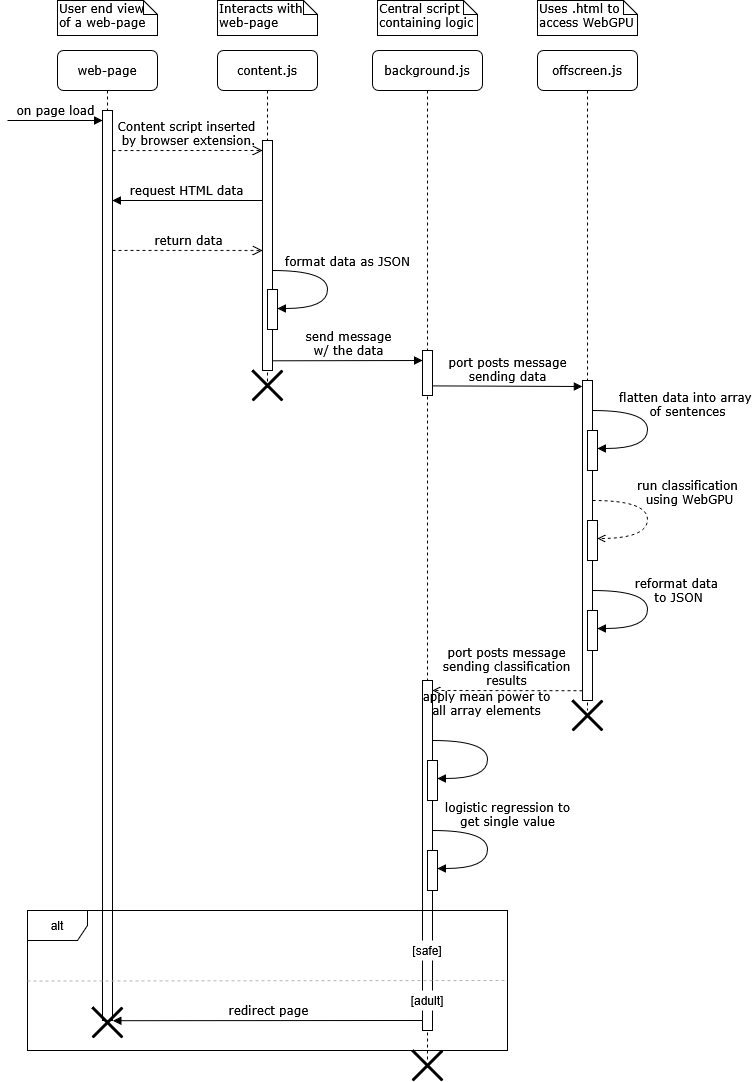
Before: diagrams/PyroBlockerSequence.drawio.png, a diagram exported from draw.io (3cho11/PyroBlocker). Source tidied: cells renumbered, new cells last; positions are measured from the earlier drawing's top-left corner, leaving out a move shared by most shapes.
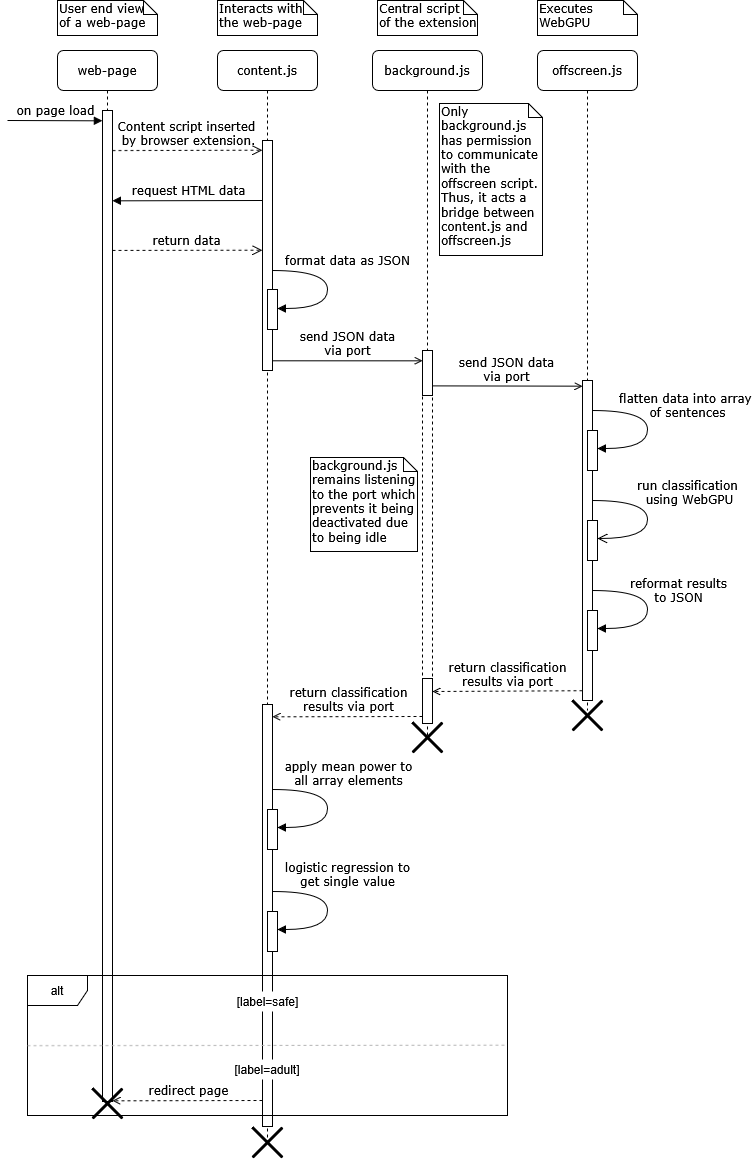
The same diagram one commit later.

What changed in the source:
```diff
@@ -3,46 +3,20 @@
     <mxCell id="0" />
     <mxCell id="1" parent="0" />
     <mxCell id="2" value="background.js" style="shape=umlLifeline;perimeter=lifelinePerimeter;whiteSpace=wrap;html=1;rounded=1;shadow=0;comic=0;labelBackgroundColor=none;strokeWidth=1;fontFamily=Verdana;fontSize=12;align=center;" parent="1" vertex="1">
-      <mxGeometry x="365" y="50" width="110" height="1010" as="geometry" />
+      <mxGeometry x="365" y="50" width="110" height="687" as="geometry" />
     </mxCell>
+    <mxCell id="43" style="html=1;perimeter=orthogonalPerimeter;rounded=0;shadow=0;comic=0;labelBackgroundColor=none;strokeWidth=1;fontFamily=Verdana;fontSize=12;align=center;dashed=1;" parent="2" vertex="1">
+      <mxGeometry x="50" y="345" width="10" height="283" as="geometry" />
+    </mxCell>
+    <mxCell id="44" style="html=1;perimeter=orthogonalPerimeter;rounded=0;shadow=0;comic=0;labelBackgroundColor=none;strokeWidth=1;fontFamily=Verdana;fontSize=12;align=center;" parent="2" vertex="1">
+      <mxGeometry x="50" y="628" width="10" height="45" as="geometry" />
+    </mxCell>
     <mxCell id="3" style="html=1;perimeter=orthogonalPerimeter;rounded=0;shadow=0;comic=0;labelBackgroundColor=none;strokeWidth=1;fontFamily=Verdana;fontSize=12;align=center;" parent="2" vertex="1">
       <mxGeometry x="50" y="300" width="10" height="45" as="geometry" />
     </mxCell>
-    <mxCell id="4" style="html=1;perimeter=orthogonalPerimeter;rounded=0;shadow=0;comic=0;labelBackgroundColor=none;strokeWidth=1;fontFamily=Verdana;fontSize=12;align=center;" parent="2" vertex="1">
-      <mxGeometry x="50" y="630" width="10" height="350" as="geometry" />
-    </mxCell>
-    <mxCell id="5" style="html=1;perimeter=orthogonalPerimeter;rounded=0;shadow=0;comic=0;labelBackgroundColor=none;strokeWidth=1;fontFamily=Verdana;fontSize=12;align=center;" parent="2" vertex="1">
-      <mxGeometry x="55" y="710" width="10" height="40" as="geometry" />
-    </mxCell>
-    <mxCell id="6" value="apply mean power to&lt;br&gt;all array elements" style="html=1;verticalAlign=bottom;endArrow=block;labelBackgroundColor=none;fontFamily=Verdana;fontSize=12;elbow=vertical;edgeStyle=orthogonalEdgeStyle;curved=1;entryX=1;entryY=0.286;entryPerimeter=0;exitX=1.038;exitY=0.345;exitPerimeter=0;" parent="2" edge="1">
-      <mxGeometry x="-0.23" y="20" relative="1" as="geometry">
-        <mxPoint x="60" y="690" as="sourcePoint" />
-        <mxPoint x="65" y="728" as="targetPoint" />
-        <Array as="points">
-          <mxPoint x="115" y="690" />
-          <mxPoint x="115" y="728" />
-        </Array>
-      </mxGeometry>
-    </mxCell>
-    <mxCell id="7" style="html=1;perimeter=orthogonalPerimeter;rounded=0;shadow=0;comic=0;labelBackgroundColor=none;strokeWidth=1;fontFamily=Verdana;fontSize=12;align=center;" parent="2" vertex="1">
-      <mxGeometry x="55" y="800" width="10" height="40" as="geometry" />
-    </mxCell>
-    <mxCell id="8" value="logistic regression to &lt;br&gt;get single value" style="html=1;verticalAlign=bottom;endArrow=block;labelBackgroundColor=none;fontFamily=Verdana;fontSize=12;elbow=vertical;edgeStyle=orthogonalEdgeStyle;curved=1;entryX=1;entryY=0.286;entryPerimeter=0;exitX=1.038;exitY=0.345;exitPerimeter=0;" parent="2" edge="1">
-      <mxGeometry x="-0.23" y="20" relative="1" as="geometry">
-        <mxPoint x="60" y="780" as="sourcePoint" />
-        <mxPoint x="65" y="818" as="targetPoint" />
-        <Array as="points">
-          <mxPoint x="115" y="780" />
-          <mxPoint x="115" y="818" />
-        </Array>
-      </mxGeometry>
-    </mxCell>
-    <mxCell id="9" value="[safe]" style="rounded=0;whiteSpace=wrap;html=1;strokeColor=none;" parent="2" vertex="1">
-      <mxGeometry x="30" y="890" width="50" height="20" as="geometry" />
-    </mxCell>
-    <mxCell id="10" style="shape=umlDestroy;whiteSpace=wrap;html=1;strokeWidth=3;targetShapes=umlLifeline;" parent="2" vertex="1">
-      <mxGeometry x="40" y="1000" width="30" height="30" as="geometry" />
-    </mxCell>
+    <mxCell id="30" value="background.js remains listening to the port which prevents it being deactivated due to being idle" style="shape=note;whiteSpace=wrap;html=1;size=14;verticalAlign=top;align=left;spacingTop=-6;rounded=0;shadow=0;comic=0;labelBackgroundColor=none;strokeWidth=1;fontFamily=Verdana;fontSize=12;" parent="2" vertex="1">
+      <mxGeometry x="-62" y="407" width="107" height="94" as="geometry" />
+    </mxCell>
     <mxCell id="11" value="offscreen.js" style="shape=umlLifeline;perimeter=lifelinePerimeter;whiteSpace=wrap;html=1;rounded=1;shadow=0;comic=0;labelBackgroundColor=none;strokeWidth=1;fontFamily=Verdana;fontSize=12;align=center;" parent="1" vertex="1">
       <mxGeometry x="530" y="50" width="100" height="660" as="geometry" />
     </mxCell>
@@ -52,7 +26,7 @@
     <mxCell id="13" style="html=1;perimeter=orthogonalPerimeter;rounded=0;shadow=0;comic=0;labelBackgroundColor=none;strokeWidth=1;fontFamily=Verdana;fontSize=12;align=center;" parent="11" vertex="1">
       <mxGeometry x="50" y="380" width="10" height="40" as="geometry" />
     </mxCell>
-    <mxCell id="14" value="&lt;div&gt;run classification&amp;nbsp;&lt;/div&gt;&lt;div&gt;using WebGPU&lt;/div&gt;" style="html=1;verticalAlign=bottom;endArrow=open;labelBackgroundColor=none;fontFamily=Verdana;fontSize=12;elbow=vertical;edgeStyle=orthogonalEdgeStyle;curved=1;entryX=1;entryY=0.286;entryPerimeter=0;exitX=1.038;exitY=0.345;exitPerimeter=0;dashed=1;endFill=0;" parent="11" edge="1">
+    <mxCell id="14" value="&lt;div&gt;run classification&amp;nbsp;&lt;/div&gt;&lt;div&gt;using WebGPU&lt;/div&gt;" style="html=1;verticalAlign=bottom;endArrow=open;labelBackgroundColor=none;fontFamily=Verdana;fontSize=12;elbow=vertical;edgeStyle=orthogonalEdgeStyle;curved=1;entryX=1;entryY=0.286;entryPerimeter=0;exitX=1.038;exitY=0.345;exitPerimeter=0;endFill=0;endSize=8;" parent="11" edge="1">
       <mxGeometry x="-0.1" y="42" relative="1" as="geometry">
         <mxPoint x="55" y="450" as="sourcePoint" />
         <mxPoint x="60" y="488" as="targetPoint" />
@@ -75,7 +49,7 @@
     <mxCell id="16" style="html=1;perimeter=orthogonalPerimeter;rounded=0;shadow=0;comic=0;labelBackgroundColor=none;strokeWidth=1;fontFamily=Verdana;fontSize=12;align=center;" parent="11" vertex="1">
       <mxGeometry x="50" y="470" width="10" height="40" as="geometry" />
     </mxCell>
-    <mxCell id="17" value="&lt;div&gt;reformat data&amp;nbsp;&lt;/div&gt;&lt;div&gt;to JSON &lt;/div&gt;" style="html=1;verticalAlign=bottom;endArrow=block;labelBackgroundColor=none;fontFamily=Verdana;fontSize=12;elbow=vertical;edgeStyle=orthogonalEdgeStyle;curved=1;entryX=1;entryY=0.286;entryPerimeter=0;exitX=1.038;exitY=0.345;exitPerimeter=0;" parent="11" edge="1">
+    <mxCell id="17" value="&lt;div&gt;reformat results&lt;/div&gt;&lt;div&gt;to JSON &lt;/div&gt;" style="html=1;verticalAlign=bottom;endArrow=block;labelBackgroundColor=none;fontFamily=Verdana;fontSize=12;elbow=vertical;edgeStyle=orthogonalEdgeStyle;curved=1;entryX=1;entryY=0.286;entryPerimeter=0;exitX=1.038;exitY=0.345;exitPerimeter=0;" parent="11" edge="1">
       <mxGeometry x="0.01" y="31" relative="1" as="geometry">
         <mxPoint x="55" y="540" as="sourcePoint" />
         <mxPoint x="60" y="578" as="targetPoint" />
@@ -88,17 +62,17 @@
     <mxCell id="18" style="html=1;perimeter=orthogonalPerimeter;rounded=0;shadow=0;comic=0;labelBackgroundColor=none;strokeWidth=1;fontFamily=Verdana;fontSize=12;align=center;" parent="11" vertex="1">
       <mxGeometry x="50" y="560" width="10" height="40" as="geometry" />
     </mxCell>
-    <mxCell id="19" value="port posts message&lt;br&gt;sending data" style="html=1;verticalAlign=bottom;endArrow=block;entryX=0;entryY=0;labelBackgroundColor=none;fontFamily=Verdana;fontSize=12;edgeStyle=elbowEdgeStyle;elbow=vertical;" parent="11" edge="1">
+    <mxCell id="19" value="&lt;div&gt;send JSON data&lt;/div&gt;&lt;div&gt;via port&lt;/div&gt;" style="html=1;verticalAlign=bottom;endArrow=open;entryX=0;entryY=0;labelBackgroundColor=none;fontFamily=Verdana;fontSize=12;edgeStyle=elbowEdgeStyle;elbow=vertical;endSize=6;endFill=0;" parent="11" edge="1">
       <mxGeometry relative="1" as="geometry">
         <mxPoint x="-105" y="335.4" as="sourcePoint" />
         <mxPoint x="45" y="335.3" as="targetPoint" />
       </mxGeometry>
     </mxCell>
     <mxCell id="20" value="web-page" style="shape=umlLifeline;perimeter=lifelinePerimeter;whiteSpace=wrap;html=1;rounded=1;shadow=0;comic=0;labelBackgroundColor=none;strokeWidth=1;fontFamily=Verdana;fontSize=12;align=center;" parent="1" vertex="1">
-      <mxGeometry x="50" y="50" width="100" height="970" as="geometry" />
+      <mxGeometry x="50" y="50" width="100" height="1051" as="geometry" />
     </mxCell>
     <mxCell id="21" style="html=1;perimeter=orthogonalPerimeter;rounded=0;shadow=0;comic=0;labelBackgroundColor=none;strokeWidth=1;fontFamily=Verdana;fontSize=12;align=center;" parent="20" vertex="1">
-      <mxGeometry x="45" y="60" width="10" height="910" as="geometry" />
+      <mxGeometry x="45" y="60" width="10" height="991" as="geometry" />
     </mxCell>
     <mxCell id="22" value="&lt;div&gt;on page load&lt;/div&gt;" style="html=1;verticalAlign=bottom;endArrow=block;labelBackgroundColor=none;fontFamily=Verdana;fontSize=12;edgeStyle=elbowEdgeStyle;elbow=vertical;" parent="20" edge="1">
       <mxGeometry relative="1" as="geometry">
@@ -107,7 +81,7 @@
       </mxGeometry>
     </mxCell>
     <mxCell id="23" value="content.js" style="shape=umlLifeline;perimeter=lifelinePerimeter;whiteSpace=wrap;html=1;rounded=1;shadow=0;comic=0;labelBackgroundColor=none;strokeWidth=1;fontFamily=Verdana;fontSize=12;align=center;" parent="1" vertex="1">
-      <mxGeometry x="210" y="50" width="100" height="340" as="geometry" />
+      <mxGeometry x="210" y="50" width="100" height="1092" as="geometry" />
     </mxCell>
     <mxCell id="24" style="html=1;perimeter=orthogonalPerimeter;rounded=0;shadow=0;comic=0;labelBackgroundColor=none;strokeWidth=1;fontFamily=Verdana;fontSize=12;align=center;" parent="23" vertex="1">
       <mxGeometry x="45" y="90" width="10" height="230" as="geometry" />
@@ -126,7 +100,7 @@
     <mxCell id="26" style="html=1;perimeter=orthogonalPerimeter;rounded=0;shadow=0;comic=0;labelBackgroundColor=none;strokeWidth=1;fontFamily=Verdana;fontSize=12;align=center;" parent="23" vertex="1">
       <mxGeometry x="50" y="239" width="10" height="40" as="geometry" />
     </mxCell>
-    <mxCell id="27" value="send message&lt;br&gt;w/ the data" style="html=1;verticalAlign=bottom;endArrow=block;entryX=0;entryY=0;labelBackgroundColor=none;fontFamily=Verdana;fontSize=12;edgeStyle=elbowEdgeStyle;elbow=vertical;" parent="23" edge="1">
+    <mxCell id="27" value="&lt;div&gt;send JSON data&lt;/div&gt;&lt;div&gt;via port&lt;/div&gt;" style="html=1;verticalAlign=bottom;endArrow=open;entryX=0;entryY=0;labelBackgroundColor=none;fontFamily=Verdana;fontSize=12;edgeStyle=elbowEdgeStyle;elbow=vertical;endFill=0;" parent="23" edge="1">
       <mxGeometry relative="1" as="geometry">
         <mxPoint x="55" y="310.3" as="sourcePoint" />
         <mxPoint x="205" y="310.2" as="targetPoint" />
@@ -138,13 +112,51 @@
         <mxPoint x="45" y="199.9" as="targetPoint" />
       </mxGeometry>
     </mxCell>
+    <mxCell id="6" value="apply mean power to&lt;br&gt;all array elements" style="html=1;verticalAlign=bottom;endArrow=block;labelBackgroundColor=none;fontFamily=Verdana;fontSize=12;elbow=vertical;edgeStyle=orthogonalEdgeStyle;curved=1;entryX=1;entryY=0.286;entryPerimeter=0;exitX=1.038;exitY=0.345;exitPerimeter=0;" parent="23" edge="1">
+      <mxGeometry x="-0.22" y="21" relative="1" as="geometry">
+        <mxPoint x="55" y="739" as="sourcePoint" />
+        <mxPoint x="60" y="777" as="targetPoint" />
+        <Array as="points">
+          <mxPoint x="110" y="739" />
+          <mxPoint x="110" y="777" />
+        </Array>
+      </mxGeometry>
+    </mxCell>
+    <mxCell id="8" value="logistic regression to &lt;br&gt;get single value" style="html=1;verticalAlign=bottom;endArrow=block;labelBackgroundColor=none;fontFamily=Verdana;fontSize=12;elbow=vertical;edgeStyle=orthogonalEdgeStyle;curved=1;entryX=1;entryY=0.286;entryPerimeter=0;exitX=1.038;exitY=0.345;exitPerimeter=0;" parent="23" edge="1">
+      <mxGeometry x="-0.23" y="20" relative="1" as="geometry">
+        <mxPoint x="55" y="841" as="sourcePoint" />
+        <mxPoint x="60" y="879" as="targetPoint" />
+        <Array as="points">
+          <mxPoint x="110" y="841" />
+          <mxPoint x="110" y="879" />
+        </Array>
+      </mxGeometry>
+    </mxCell>
+    <mxCell id="4" style="html=1;perimeter=orthogonalPerimeter;rounded=0;shadow=0;comic=0;labelBackgroundColor=none;strokeWidth=1;fontFamily=Verdana;fontSize=12;align=center;" parent="23" vertex="1">
+      <mxGeometry x="45" y="654" width="10" height="422" as="geometry" />
+    </mxCell>
+    <mxCell id="9" value="[label=safe]" style="rounded=0;whiteSpace=wrap;html=1;strokeColor=none;" parent="23" vertex="1">
+      <mxGeometry x="24.5" y="941" width="51" height="20" as="geometry" />
+    </mxCell>
+    <mxCell id="38" value="[label=adult]" style="rounded=0;whiteSpace=wrap;html=1;strokeColor=none;" parent="23" vertex="1">
+      <mxGeometry x="25" y="1009" width="50" height="20" as="geometry" />
+    </mxCell>
+    <mxCell id="7" style="html=1;perimeter=orthogonalPerimeter;rounded=0;shadow=0;comic=0;labelBackgroundColor=none;strokeWidth=1;fontFamily=Verdana;fontSize=12;align=center;" parent="23" vertex="1">
+      <mxGeometry x="50" y="861" width="10" height="40" as="geometry" />
+    </mxCell>
+    <mxCell id="5" style="html=1;perimeter=orthogonalPerimeter;rounded=0;shadow=0;comic=0;labelBackgroundColor=none;strokeWidth=1;fontFamily=Verdana;fontSize=12;align=center;" parent="23" vertex="1">
+      <mxGeometry x="50" y="759" width="10" height="40" as="geometry" />
+    </mxCell>
+    <mxCell id="45" value="return classification&lt;br&gt;results via port" style="html=1;verticalAlign=bottom;endArrow=open;labelBackgroundColor=none;fontFamily=Verdana;fontSize=12;edgeStyle=elbowEdgeStyle;elbow=vertical;dashed=1;endFill=0;" parent="23" edge="1">
+      <mxGeometry relative="1" as="geometry">
+        <mxPoint x="205" y="666" as="sourcePoint" />
+        <mxPoint x="55" y="666.3" as="targetPoint" />
+      </mxGeometry>
+    </mxCell>
-    <mxCell id="29" value="&lt;div&gt;Interacts with&lt;/div&gt;&lt;div&gt;web-page&lt;br&gt;&lt;/div&gt;" style="shape=note;whiteSpace=wrap;html=1;size=14;verticalAlign=top;align=left;spacingTop=-6;rounded=0;shadow=0;comic=0;labelBackgroundColor=none;strokeWidth=1;fontFamily=Verdana;fontSize=12;" parent="1" vertex="1">
+    <mxCell id="29" value="&lt;div&gt;Interacts with&lt;/div&gt;&lt;div&gt;the web-page&lt;br&gt;&lt;/div&gt;" style="shape=note;whiteSpace=wrap;html=1;size=14;verticalAlign=top;align=left;spacingTop=-6;rounded=0;shadow=0;comic=0;labelBackgroundColor=none;strokeWidth=1;fontFamily=Verdana;fontSize=12;" parent="1" vertex="1">
       <mxGeometry x="210" width="100" height="35" as="geometry" />
     </mxCell>
-    <mxCell id="30" value="Central script&lt;br&gt;containing logic" style="shape=note;whiteSpace=wrap;html=1;size=14;verticalAlign=top;align=left;spacingTop=-6;rounded=0;shadow=0;comic=0;labelBackgroundColor=none;strokeWidth=1;fontFamily=Verdana;fontSize=12;" parent="1" vertex="1">
-      <mxGeometry x="370" width="100" height="35" as="geometry" />
-    </mxCell>
-    <mxCell id="31" value="&lt;div&gt;Uses .html to&lt;/div&gt;&lt;div&gt;access WebGPU&lt;br&gt;&lt;/div&gt;" style="shape=note;whiteSpace=wrap;html=1;size=14;verticalAlign=top;align=left;spacingTop=-6;rounded=0;shadow=0;comic=0;labelBackgroundColor=none;strokeWidth=1;fontFamily=Verdana;fontSize=12;" parent="1" vertex="1">
+    <mxCell id="31" value="Executes WebGPU" style="shape=note;whiteSpace=wrap;html=1;size=14;verticalAlign=top;align=left;spacingTop=-6;rounded=0;shadow=0;comic=0;labelBackgroundColor=none;strokeWidth=1;fontFamily=Verdana;fontSize=12;" parent="1" vertex="1">
       <mxGeometry x="530" width="100" height="35" as="geometry" />
     </mxCell>
     <mxCell id="32" value="&lt;div&gt;User end view&lt;/div&gt;&lt;div&gt;of a web-page&lt;br&gt;&lt;/div&gt;" style="shape=note;whiteSpace=wrap;html=1;size=14;verticalAlign=top;align=left;spacingTop=-6;rounded=0;shadow=0;comic=0;labelBackgroundColor=none;strokeWidth=1;fontFamily=Verdana;fontSize=12;" parent="1" vertex="1">
@@ -162,41 +174,44 @@
         <mxPoint x="105" y="200.3" as="targetPoint" />
       </mxGeometry>
     </mxCell>
-    <mxCell id="35" value="port posts message&lt;br&gt;sending classification&lt;br&gt;results" style="html=1;verticalAlign=bottom;endArrow=open;labelBackgroundColor=none;fontFamily=Verdana;fontSize=12;edgeStyle=elbowEdgeStyle;elbow=vertical;dashed=1;endFill=0;" parent="1" edge="1">
+    <mxCell id="35" value="return classification&lt;br&gt;results via port" style="html=1;verticalAlign=bottom;endArrow=open;labelBackgroundColor=none;fontFamily=Verdana;fontSize=12;edgeStyle=elbowEdgeStyle;elbow=vertical;dashed=1;endFill=0;" parent="1" edge="1">
       <mxGeometry relative="1" as="geometry">
         <mxPoint x="575" y="690.2" as="sourcePoint" />
         <mxPoint x="425" y="690.5" as="targetPoint" />
       </mxGeometry>
     </mxCell>
     <mxCell id="36" value="alt" style="shape=umlFrame;whiteSpace=wrap;html=1;" parent="1" vertex="1">
-      <mxGeometry x="20" y="910" width="480" height="140" as="geometry" />
+      <mxGeometry x="20" y="975" width="480" height="140" as="geometry" />
     </mxCell>
-    <mxCell id="37" value="redirect page" style="html=1;verticalAlign=bottom;endArrow=block;labelBackgroundColor=none;fontFamily=Verdana;fontSize=12;edgeStyle=elbowEdgeStyle;elbow=vertical;exitX=-0.09;exitY=0.828;exitDx=0;exitDy=0;exitPerimeter=0;" parent="1" edge="1">
-      <mxGeometry relative="1" as="geometry">
-        <mxPoint x="414.5" y="1020" as="sourcePoint" />
-        <mxPoint x="105.4" y="1020.2" as="targetPoint" />
-        <Array as="points">
-          <mxPoint x="415.5" y="1020.2" />
-        </Array>
-      </mxGeometry>
-    </mxCell>
-    <mxCell id="38" value="[adult]" style="rounded=0;whiteSpace=wrap;html=1;strokeColor=none;" parent="1" vertex="1">
-      <mxGeometry x="395" y="990" width="50" height="20" as="geometry" />
-    </mxCell>
     <mxCell id="39" style="endArrow=none;dashed=1;html=1;rounded=0;exitX=0.001;exitY=0.562;exitDx=0;exitDy=0;exitPerimeter=0;entryX=1.001;entryY=0.558;entryDx=0;entryDy=0;entryPerimeter=0;fillColor=#bac8d3;strokeColor=#B3B3B3;" parent="1" edge="1">
       <mxGeometry relative="1" as="geometry">
-        <mxPoint x="20" y="980.6" as="sourcePoint" />
-        <mxPoint x="500" y="980" as="targetPoint" />
+        <mxPoint x="20" y="1045.2" as="sourcePoint" />
+        <mxPoint x="500" y="1044.6" as="targetPoint" />
       </mxGeometry>
     </mxCell>
     <mxCell id="40" style="shape=umlDestroy;whiteSpace=wrap;html=1;strokeWidth=3;targetShapes=umlLifeline;" parent="1" vertex="1">
-      <mxGeometry x="85" y="1007" width="30" height="30" as="geometry" />
+      <mxGeometry x="85" y="1088" width="30" height="30" as="geometry" />
     </mxCell>
-    <mxCell id="41" style="shape=umlDestroy;whiteSpace=wrap;html=1;strokeWidth=3;targetShapes=umlLifeline;" parent="1" vertex="1">
-      <mxGeometry x="245" y="370" width="30" height="30" as="geometry" />
-    </mxCell>
     <mxCell id="42" style="shape=umlDestroy;whiteSpace=wrap;html=1;strokeWidth=3;targetShapes=umlLifeline;" parent="1" vertex="1">
       <mxGeometry x="565" y="700" width="30" height="30" as="geometry" />
     </mxCell>
+    <mxCell id="10" style="shape=umlDestroy;whiteSpace=wrap;html=1;strokeWidth=3;targetShapes=umlLifeline;" parent="1" vertex="1">
+      <mxGeometry x="245" y="1127" width="30" height="30" as="geometry" />
+    </mxCell>
+    <mxCell id="37" value="redirect page" style="html=1;verticalAlign=bottom;endArrow=open;labelBackgroundColor=none;fontFamily=Verdana;fontSize=12;edgeStyle=elbowEdgeStyle;elbow=vertical;dashed=1;endFill=0;" parent="1" edge="1">
+      <mxGeometry relative="1" as="geometry">
+        <mxPoint x="255" y="1100" as="sourcePoint" />
+        <mxPoint x="105" y="1100.3" as="targetPoint" />
+      </mxGeometry>
+    </mxCell>
+    <mxCell id="46" value="&lt;div&gt;Central script&lt;/div&gt;&lt;div&gt;of the extension&lt;/div&gt;" style="shape=note;whiteSpace=wrap;html=1;size=14;verticalAlign=top;align=left;spacingTop=-6;rounded=0;shadow=0;comic=0;labelBackgroundColor=none;strokeWidth=1;fontFamily=Verdana;fontSize=12;" parent="1" vertex="1">
+      <mxGeometry x="370" width="100" height="35" as="geometry" />
+    </mxCell>
+    <mxCell id="47" value="Only background.js has permission to communicate with the offscreen script. Thus, it acts a bridge between content.js and offscreen.js" style="shape=note;whiteSpace=wrap;html=1;size=14;verticalAlign=top;align=left;spacingTop=-6;rounded=0;shadow=0;comic=0;labelBackgroundColor=none;strokeWidth=1;fontFamily=Verdana;fontSize=12;" parent="1" vertex="1">
+      <mxGeometry x="432" y="103" width="103" height="152" as="geometry" />
+    </mxCell>
+    <mxCell id="48" style="shape=umlDestroy;whiteSpace=wrap;html=1;strokeWidth=3;targetShapes=umlLifeline;" parent="1" vertex="1">
+      <mxGeometry x="405" y="722" width="30" height="30" as="geometry" />
+    </mxCell>
   </root>
 </mxGraphModel>
```
